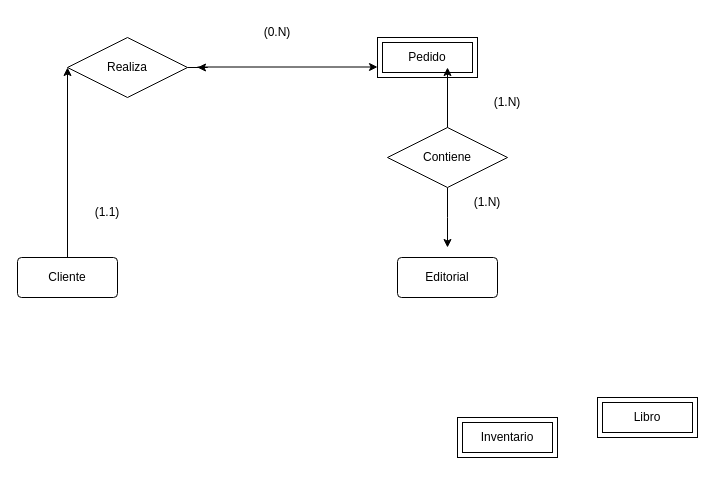
Sergio-Tolaba/ds_ej keeps this draw.io diagram as db/modelo.drawio. Above is the earlier version. Source tidied: cells renumbered, new cells numbered last; positions are measured from the earlier drawing's top-left corner, leaving out a move shared by most shapes. Both pictures are drawn from the tidied source at 100%, with x=0, y=0 at pixel (17, 17).
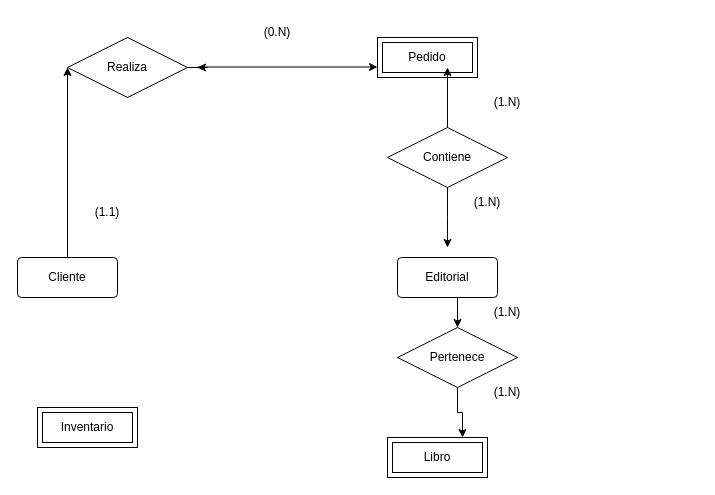
Above is the later version.

Commit message:
Editorial-Libro Relac Pertenece Actualizar modelo.drawio

Unchanged cells that the change refers to:
```xml
<mxCell id="4" value="Editorial" style="rounded=1;arcSize=10;whiteSpace=wrap;html=1;align=center;" parent="1" vertex="1">
  <mxGeometry x="380" y="240" width="100" height="40" as="geometry" />
</mxCell>
```

Change to the diagram source:
```diff
@@
+    <mxCell id="18" style="edgeStyle=orthogonalEdgeStyle;rounded=0;jettySize=auto;html=1;exitX=0.5;exitY=1;exitDx=0;exitDy=0;entryX=0.5;entryY=0;entryDx=0;entryDy=0;" parent="1" edge="1" source="4" target="20">
+      <mxGeometry relative="1" as="geometry" />
+    </mxCell>
@@
     <mxCell id="6" value="Libro" style="shape=ext;margin=3;double=1;whiteSpace=wrap;html=1;align=center;" parent="1" vertex="1">
-      <mxGeometry x="580" y="380" width="100" height="40" as="geometry" />
+      <mxGeometry x="370" y="420" width="100" height="40" as="geometry" />
     </mxCell>
     <mxCell id="7" value="Inventario" style="shape=ext;margin=3;double=1;whiteSpace=wrap;html=1;align=center;" parent="1" vertex="1">
-      <mxGeometry x="440" y="400" width="100" height="40" as="geometry" />
+      <mxGeometry x="20" y="390" width="100" height="40" as="geometry" />
     </mxCell>
@@
+    <mxCell id="19" style="edgeStyle=orthogonalEdgeStyle;rounded=0;jettySize=auto;html=1;exitX=0.5;exitY=1;exitDx=0;exitDy=0;entryX=0.75;entryY=0;entryDx=0;entryDy=0;" parent="1" edge="1" source="20" target="6">
+      <mxGeometry relative="1" as="geometry" />
+    </mxCell>
+    <mxCell id="20" value="Pertenece" style="shape=rhombus;perimeter=rhombusPerimeter;whiteSpace=wrap;html=1;align=center;" parent="1" vertex="1">
+      <mxGeometry x="380" y="310" width="120" height="60" as="geometry" />
+    </mxCell>
+    <mxCell id="21" value="(1.N)" style="text;html=1;align=center;verticalAlign=middle;whiteSpace=wrap;rounded=0;" parent="1" vertex="1">
+      <mxGeometry x="460" y="280" width="60" height="30" as="geometry" />
+    </mxCell>
+    <mxCell id="22" value="(1.N)" style="text;html=1;align=center;verticalAlign=middle;whiteSpace=wrap;rounded=0;" parent="1" vertex="1">
+      <mxGeometry x="460" y="360" width="60" height="30" as="geometry" />
+    </mxCell>
```
